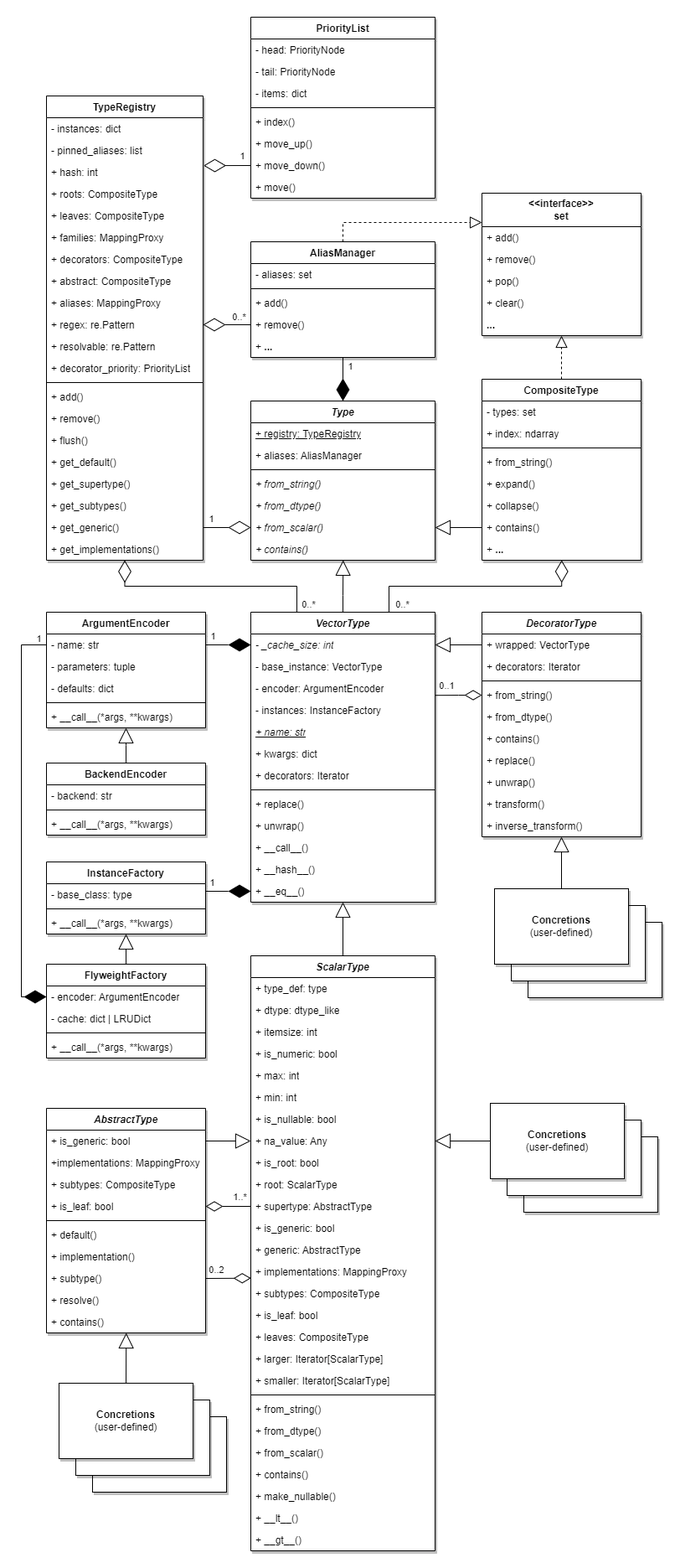
eerkela/bertrand keeps this draw.io diagram as docs/source/images/types/Types_UML.png. Above is the earlier version. Source tidied: cells renumbered, new cells last; positions are measured from the earlier drawing's top-left corner, leaving out a move shared by most shapes.
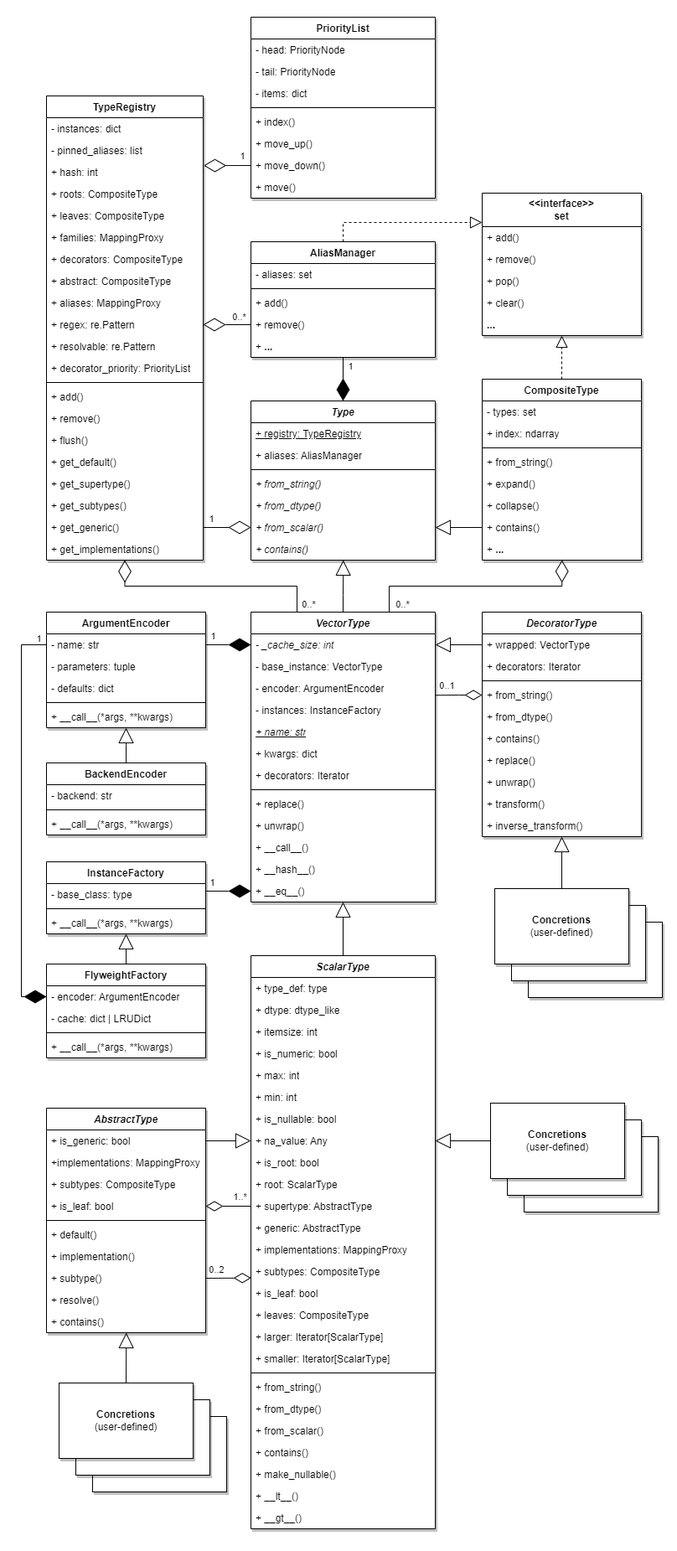
Above is the later version.

Diff of the diagram source:
```diff
@@ -3,13 +3,13 @@
     <mxCell id="0" />
     <mxCell id="1" parent="0" />
     <mxCell id="2" style="rounded=0;whiteSpace=wrap;html=1;strokeColor=none;" parent="1" vertex="1">
-      <mxGeometry width="800" height="1870" as="geometry" />
+      <mxGeometry x="2" width="800" height="1850" as="geometry" />
     </mxCell>
     <mxCell id="3" value="abstract" parent="0" />
     <mxCell id="4" value="1..*" style="endArrow=none;html=1;endSize=12;startArrow=diamondThin;startSize=18;startFill=0;align=center;verticalAlign=middle;rounded=0;endFill=0;labelPosition=center;verticalLabelPosition=middle;horizontal=1;exitX=1;exitY=0.5;exitDx=0;exitDy=0;entryX=0;entryY=0.5;entryDx=0;entryDy=0;" parent="3" edge="1" source="10" target="34">
       <mxGeometry x="0.51" y="11" relative="1" as="geometry" />
     </mxCell>
-    <mxCell id="5" value="0..2" style="endArrow=none;html=1;endSize=12;startArrow=diamondThin;startSize=18;startFill=0;align=center;verticalAlign=middle;rounded=0;endFill=0;labelPosition=center;verticalLabelPosition=middle;horizontal=1;exitX=0.001;exitY=0.796;exitDx=0;exitDy=0;entryX=1;entryY=0.5;entryDx=0;entryDy=0;exitPerimeter=0;" parent="3" edge="1" source="37" target="14">
+    <mxCell id="5" value="0..2" style="endArrow=none;html=1;endSize=12;startArrow=diamondThin;startSize=18;startFill=0;align=center;verticalAlign=middle;rounded=0;endFill=0;labelPosition=center;verticalLabelPosition=middle;horizontal=1;exitX=0.001;exitY=0.795;exitDx=0;exitDy=0;entryX=1;entryY=0.5;entryDx=0;entryDy=0;exitPerimeter=0;" parent="3" edge="1" source="38" target="14">
       <mxGeometry x="0.51" y="-10" relative="1" as="geometry" />
     </mxCell>
     <mxCell id="6" value="&lt;i&gt;AbstractType&lt;/i&gt;" style="swimlane;fontStyle=1;align=center;verticalAlign=top;horizontal=1;startSize=26;whiteSpace=wrap;html=1;swimlaneFillColor=default;shadow=1;" parent="3" vertex="1">
@@ -62,7 +62,7 @@
     </mxCell>
     <mxCell id="22" value="scalar" parent="0" />
     <mxCell id="23" value="&lt;i&gt;ScalarType&lt;/i&gt;" style="swimlane;fontStyle=1;align=center;verticalAlign=top;horizontal=1;startSize=26;whiteSpace=wrap;html=1;swimlaneFillColor=default;shadow=1;" parent="22" vertex="1">
-      <mxGeometry x="294" y="1140" width="220" height="710" as="geometry" />
+      <mxGeometry x="294" y="1140" width="220" height="684" as="geometry" />
     </mxCell>
     <mxCell id="24" value="+ type_def: type" style="text;strokeColor=none;fillColor=none;align=left;verticalAlign=top;spacingLeft=4;spacingRight=4;overflow=hidden;whiteSpace=wrap;html=1;" parent="23" vertex="1">
       <mxGeometry y="26" width="220" height="26" as="geometry" />
@@ -97,53 +97,50 @@
     <mxCell id="34" value="+ supertype: AbstractType" style="text;strokeColor=none;fillColor=none;align=left;verticalAlign=top;spacingLeft=4;spacingRight=4;overflow=hidden;points=[[0,0.5],[1,0.5]];portConstraint=eastwest;whiteSpace=wrap;html=1;" parent="23" vertex="1">
       <mxGeometry y="286" width="220" height="26" as="geometry" />
     </mxCell>
-    <mxCell id="35" value="+ is_generic: bool" style="text;strokeColor=none;fillColor=none;align=left;verticalAlign=top;spacingLeft=4;spacingRight=4;overflow=hidden;whiteSpace=wrap;html=1;" parent="23" vertex="1">
-      <mxGeometry y="312" width="220" height="26" as="geometry" />
-    </mxCell>
     <mxCell id="36" value="+ generic: AbstractType" style="text;strokeColor=none;fillColor=none;align=left;verticalAlign=top;spacingLeft=4;spacingRight=4;overflow=hidden;whiteSpace=wrap;html=1;" parent="23" vertex="1">
-      <mxGeometry y="338" width="220" height="26" as="geometry" />
+      <mxGeometry y="312" width="220" height="26" as="geometry" />
     </mxCell>
     <mxCell id="37" value="+ implementations: MappingProxy" style="text;strokeColor=none;fillColor=none;align=left;verticalAlign=top;spacingLeft=4;spacingRight=4;overflow=hidden;points=[[0,0.5],[1,0.5]];portConstraint=eastwest;whiteSpace=wrap;html=1;" parent="23" vertex="1">
-      <mxGeometry y="364" width="220" height="26" as="geometry" />
+      <mxGeometry y="338" width="220" height="26" as="geometry" />
     </mxCell>
     <mxCell id="38" value="+ subtypes: CompositeType" style="text;strokeColor=none;fillColor=none;align=left;verticalAlign=top;spacingLeft=4;spacingRight=4;overflow=hidden;points=[[0,0.5],[1,0.5]];portConstraint=eastwest;whiteSpace=wrap;html=1;" parent="23" vertex="1">
-      <mxGeometry y="390" width="220" height="26" as="geometry" />
+      <mxGeometry y="364" width="220" height="26" as="geometry" />
     </mxCell>
     <mxCell id="39" value="+ is_leaf: bool" style="text;strokeColor=none;fillColor=none;align=left;verticalAlign=top;spacingLeft=4;spacingRight=4;overflow=hidden;whiteSpace=wrap;html=1;" parent="23" vertex="1">
-      <mxGeometry y="416" width="220" height="26" as="geometry" />
+      <mxGeometry y="390" width="220" height="26" as="geometry" />
     </mxCell>
     <mxCell id="40" value="+ leaves: CompositeType" style="text;strokeColor=none;fillColor=none;align=left;verticalAlign=top;spacingLeft=4;spacingRight=4;overflow=hidden;whiteSpace=wrap;html=1;" parent="23" vertex="1">
-      <mxGeometry y="442" width="220" height="26" as="geometry" />
+      <mxGeometry y="416" width="220" height="26" as="geometry" />
     </mxCell>
     <mxCell id="41" value="+ larger: Iterator[ScalarType]" style="text;strokeColor=none;fillColor=none;align=left;verticalAlign=top;spacingLeft=4;spacingRight=4;overflow=hidden;whiteSpace=wrap;html=1;" parent="23" vertex="1">
-      <mxGeometry y="468" width="220" height="26" as="geometry" />
+      <mxGeometry y="442" width="220" height="26" as="geometry" />
     </mxCell>
     <mxCell id="42" value="+ smaller: Iterator[ScalarType]" style="text;strokeColor=none;fillColor=none;align=left;verticalAlign=top;spacingLeft=4;spacingRight=4;overflow=hidden;whiteSpace=wrap;html=1;" parent="23" vertex="1">
-      <mxGeometry y="494" width="220" height="26" as="geometry" />
+      <mxGeometry y="468" width="220" height="26" as="geometry" />
     </mxCell>
     <mxCell id="43" style="line;strokeWidth=1;fillColor=none;align=left;verticalAlign=middle;spacingTop=-1;spacingLeft=3;spacingRight=3;labelPosition=right;strokeColor=inherit;" parent="23" vertex="1">
-      <mxGeometry y="520" width="220" height="8" as="geometry" />
+      <mxGeometry y="494" width="220" height="8" as="geometry" />
     </mxCell>
     <mxCell id="44" value="+ from_string()" style="text;strokeColor=none;fillColor=none;align=left;verticalAlign=top;spacingLeft=4;spacingRight=4;overflow=hidden;whiteSpace=wrap;html=1;" parent="23" vertex="1">
-      <mxGeometry y="528" width="220" height="26" as="geometry" />
+      <mxGeometry y="502" width="220" height="26" as="geometry" />
     </mxCell>
     <mxCell id="45" value="+ from_dtype()" style="text;strokeColor=none;fillColor=none;align=left;verticalAlign=top;spacingLeft=4;spacingRight=4;overflow=hidden;whiteSpace=wrap;html=1;" parent="23" vertex="1">
-      <mxGeometry y="554" width="220" height="26" as="geometry" />
+      <mxGeometry y="528" width="220" height="26" as="geometry" />
     </mxCell>
     <mxCell id="46" value="+ from_scalar()" style="text;strokeColor=none;fillColor=none;align=left;verticalAlign=top;spacingLeft=4;spacingRight=4;overflow=hidden;whiteSpace=wrap;html=1;" parent="23" vertex="1">
-      <mxGeometry y="580" width="220" height="26" as="geometry" />
+      <mxGeometry y="554" width="220" height="26" as="geometry" />
     </mxCell>
     <mxCell id="47" value="+ contains()" style="text;strokeColor=none;fillColor=none;align=left;verticalAlign=top;spacingLeft=4;spacingRight=4;overflow=hidden;whiteSpace=wrap;html=1;" parent="23" vertex="1">
-      <mxGeometry y="606" width="220" height="26" as="geometry" />
+      <mxGeometry y="580" width="220" height="26" as="geometry" />
     </mxCell>
     <mxCell id="48" value="+ make_nullable()" style="text;strokeColor=none;fillColor=none;align=left;verticalAlign=top;spacingLeft=4;spacingRight=4;overflow=hidden;whiteSpace=wrap;html=1;" parent="23" vertex="1">
-      <mxGeometry y="632" width="220" height="26" as="geometry" />
+      <mxGeometry y="606" width="220" height="26" as="geometry" />
     </mxCell>
     <mxCell id="49" value="+ __lt__()" style="text;strokeColor=none;fillColor=none;align=left;verticalAlign=top;spacingLeft=4;spacingRight=4;overflow=hidden;whiteSpace=wrap;html=1;" parent="23" vertex="1">
-      <mxGeometry y="658" width="220" height="26" as="geometry" />
+      <mxGeometry y="632" width="220" height="26" as="geometry" />
     </mxCell>
     <mxCell id="50" value="+ __gt__()" style="text;strokeColor=none;fillColor=none;align=left;verticalAlign=top;spacingLeft=4;spacingRight=4;overflow=hidden;whiteSpace=wrap;html=1;" parent="23" vertex="1">
-      <mxGeometry y="684" width="220" height="26" as="geometry" />
+      <mxGeometry y="658" width="220" height="26" as="geometry" />
     </mxCell>
     <mxCell id="51" style="endArrow=block;endSize=16;endFill=0;html=1;rounded=0;exitX=0.5;exitY=0;exitDx=0;exitDy=0;" parent="22" edge="1" source="23" target="75">
       <mxGeometry relative="1" as="geometry" />
```
